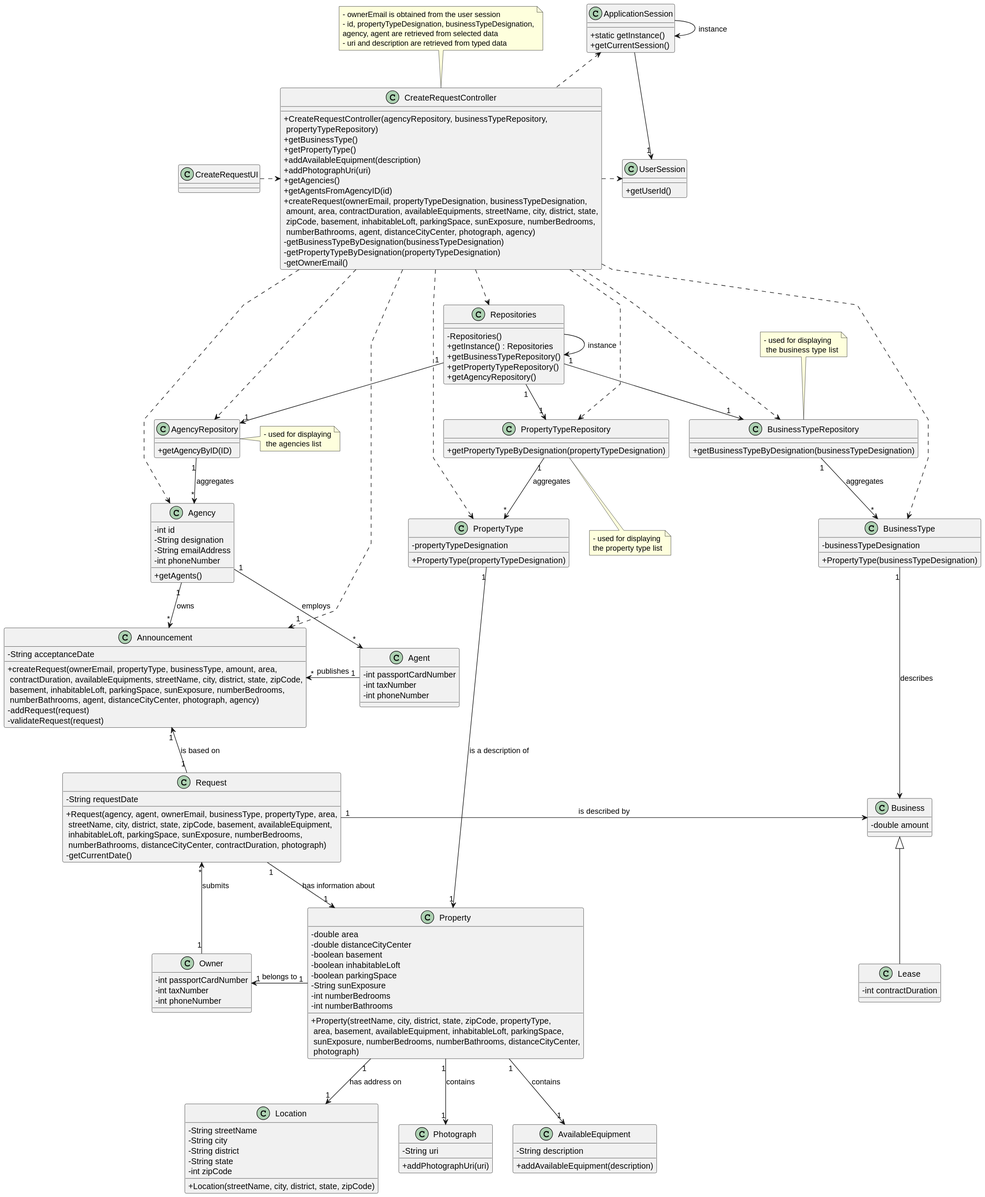
Earlier version of the PlantUML export docs/sprintB/us004/03.design/svg/us004-class-diagram.svg (rita-barbosa/LAPR2-2223). Source of this version:
```plantuml
@startuml
skinparam packageStyle rectangle
skinparam shadowing false
skinparam linetype polyline

skinparam classAttributeIconSize 0


class Owner {
    - int passportCardNumber
    - int taxNumber
    - int phoneNumber
}

class CreateRequestUI {}

class CreateRequestController {
    + CreateRequestController(agencyRepository, businessTypeRepository,\n propertyTypeRepository)
    + getBusinessType()
    + getPropertyType()
    + addAvailableEquipment(description)
    + addPhotographUri(uri)
    + getAgencies()
    + getAgentsFromAgencyID(id)
    + createRequest(ownerEmail, propertyTypeDesignation, businessTypeDesignation,\n amount, area, contractDuration, availableEquipments, streetName, city, district, state,\n zipCode, basement, inhabitableLoft, parkingSpace, sunExposure, numberBedrooms,\n numberBathrooms, agent, distanceCityCenter, photograph, agency)
    - getBusinessTypeByDesignation(businessTypeDesignation)
    - getPropertyTypeByDesignation(propertyTypeDesignation)
    - getOwnerEmail()
}

note top of CreateRequestController
    - ownerEmail is obtained from the user session
    - id, propertyTypeDesignation, businessTypeDesignation,
    agency, agent are retrieved from selected data
    - uri and description are retrieved from typed data
end note

class PropertyTypeRepository {
    + getPropertyTypeByDesignation(propertyTypeDesignation)
}

note bottom of PropertyTypeRepository
    - used for displaying
    the property type list
end note

class BusinessTypeRepository {
    + getBusinessTypeByDesignation(businessTypeDesignation)
}

note top of BusinessTypeRepository
    - used for displaying
     the business type list
end note

class PropertyType {
    - propertyTypeDesignation
    + PropertyType(propertyTypeDesignation)
}

class BusinessType {
    - businessTypeDesignation
    + PropertyType(businessTypeDesignation)
}

class AgencyRepository {
    + getAgencyByID(ID)
}
note right of AgencyRepository
    - used for displaying
     the agencies list
end note

class Agency {
    - int id
    - String designation
    - String emailAddress
    - int phoneNumber
    + getAgents()
}

class Agent {
    - int passportCardNumber
    - int taxNumber
    - int phoneNumber
}

class Repositories {
    - Repositories()
    + getInstance() : Repositories
    + getBusinessTypeRepository()
    + getPropertyTypeRepository()
    + getAgencyRepository()
}

class ApplicationSession
{
    + static getInstance()
    + getCurrentSession()
}

class UserSession
{
    + getUserId()
}

class Property {
    - double area
    - double distanceCityCenter
    - boolean basement
    - boolean inhabitableLoft
    - boolean parkingSpace
    - String sunExposure
    - int numberBedrooms
    - int numberBathrooms
    + Property(streetName, city, district, state, zipCode, propertyType,\n area, basement, availableEquipment, inhabitableLoft, parkingSpace,\n sunExposure, numberBedrooms, numberBathrooms, distanceCityCenter,\n photograph)
    }

class Location {
    - String streetName
    - String city
    - String district
    - String state
    - int zipCode
    + Location(streetName, city, district, state, zipCode)
}

class Photograph{
    - String uri
    + addPhotographUri(uri)
}

class AvailableEquipment{
    - String description
    + addAvailableEquipment(description)
}

class Request{
    - String requestDate
    + Request(agency, agent, ownerEmail, businessType, propertyType, area,\n streetName, city, district, state, zipCode, basement, availableEquipment,\n inhabitableLoft, parkingSpace, sunExposure, numberBedrooms,\n numberBathrooms, distanceCityCenter, contractDuration, photograph)
    - getCurrentDate()
}

class Announcement{
    - String acceptanceDate
    + createRequest(ownerEmail, propertyType, businessType, amount, area,\n contractDuration, availableEquipments, streetName, city, district, state, zipCode,\n basement, inhabitableLoft, parkingSpace, sunExposure, numberBedrooms,\n numberBathrooms, agent, distanceCityCenter, photograph, agency)
    - addRequest(request)
    - validateRequest(request)
}

class Business{
    - double amount
}

class Lease extends Business{
    - int contractDuration
}


Repositories -> Repositories : instance

ApplicationSession -> ApplicationSession : instance

ApplicationSession --> "1" UserSession

CreateRequestController .left.> ApplicationSession

CreateRequestController .> UserSession

CreateRequestUI .right> CreateRequestController

CreateRequestController ..> Repositories

Repositories "1" -down-> "1" PropertyTypeRepository

Repositories "1" -down-> "1" BusinessTypeRepository

Repositories "1" -down-> "1" AgencyRepository

CreateRequestController ..> PropertyTypeRepository

CreateRequestController ..> BusinessTypeRepository

CreateRequestController ..> AgencyRepository

CreateRequestController ..> Agency

CreateRequestController ..> PropertyType

CreateRequestController ..> BusinessType

BusinessTypeRepository "1" -down-> "*" BusinessType : aggregates

PropertyTypeRepository "1" -down-> "*" PropertyType : aggregates

Agency "1" -right-> "*" Agent : employs

Agent "1" -left-> "*" Announcement : publishes

Request "1" --> "1" Property : has information about

Property "1" --> "1" Location : has address on

AgencyRepository "1" -down-> "*" Agency : aggregates

Property "1" -left-> "1" Owner : belongs to

Owner "1" -up-> "*" Request : submits

Request "1" -up-> "1" Announcement : is based on

Agency "1" --> "*" Announcement : owns

Property "1" --> "1" Photograph : contains

Property "1" --> "1" AvailableEquipment : contains

CreateRequestController .> "1" Announcement

PropertyType "1" --> "1" Property : is a description of

BusinessType "1" --> Business : describes

Request "1" -right-> Business : is described by
@enduml
```
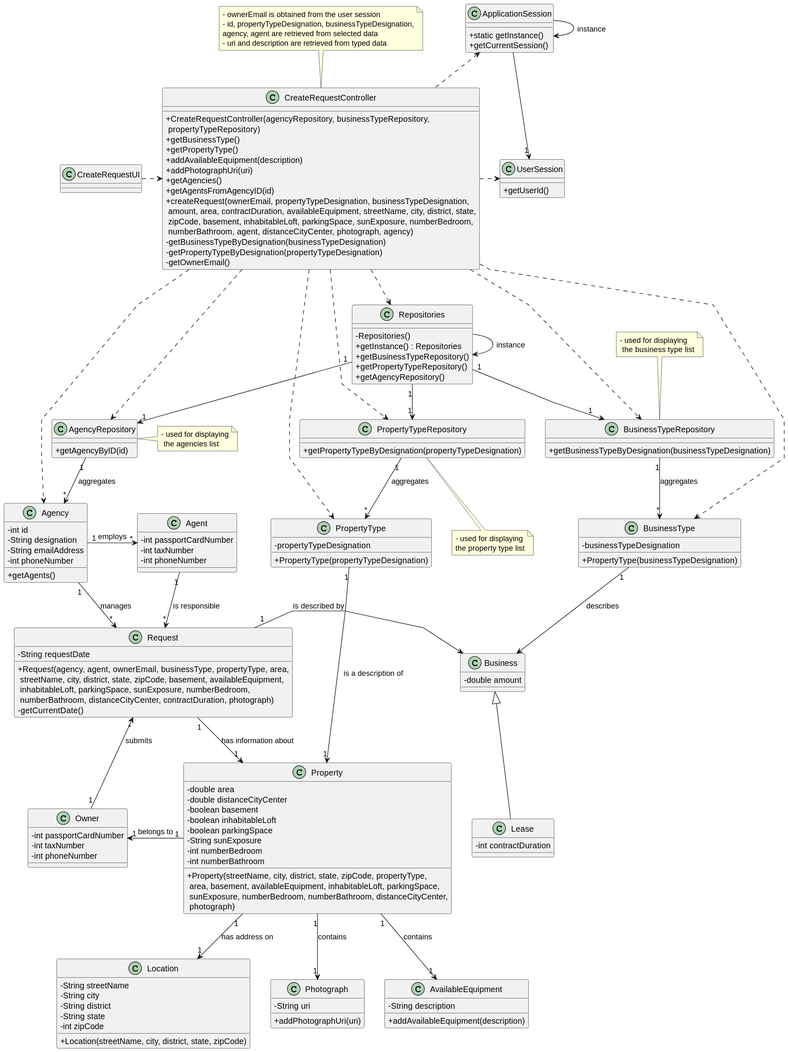
Later version of the same file.

Diff of the diagram source:
```diff
@@ -22,7 +22,7 @@
     + addPhotographUri(uri)
     + getAgencies()
     + getAgentsFromAgencyID(id)
-    + createRequest(ownerEmail, propertyTypeDesignation, businessTypeDesignation,\n amount, area, contractDuration, availableEquipments, streetName, city, district, state,\n zipCode, basement, inhabitableLoft, parkingSpace, sunExposure, numberBedrooms,\n numberBathrooms, agent, distanceCityCenter, photograph, agency)
+    + createRequest(ownerEmail, propertyTypeDesignation, businessTypeDesignation,\n amount, area, contractDuration, availableEquipment, streetName, city, district, state,\n zipCode, basement, inhabitableLoft, parkingSpace, sunExposure, numberBedroom,\n numberBathroom, agent, distanceCityCenter, photograph, agency)
     - getBusinessTypeByDesignation(businessTypeDesignation)
     - getPropertyTypeByDesignation(propertyTypeDesignation)
     - getOwnerEmail()
@@ -64,7 +64,7 @@
 }
 
 class AgencyRepository {
-    + getAgencyByID(ID)
+    + getAgencyByID(id)
 }
 note right of AgencyRepository
     - used for displaying
@@ -111,9 +111,9 @@
     - boolean inhabitableLoft
     - boolean parkingSpace
     - String sunExposure
-    - int numberBedrooms
-    - int numberBathrooms
-    + Property(streetName, city, district, state, zipCode, propertyType,\n area, basement, availableEquipment, inhabitableLoft, parkingSpace,\n sunExposure, numberBedrooms, numberBathrooms, distanceCityCenter,\n photograph)
+    - int numberBedroom
+    - int numberBathroom
+    + Property(streetName, city, district, state, zipCode, propertyType,\n area, basement, availableEquipment, inhabitableLoft, parkingSpace,\n sunExposure, numberBedroom, numberBathroom, distanceCityCenter,\n photograph)
     }
 
 class Location {
@@ -137,15 +137,8 @@
 
 class Request{
     - String requestDate
-    + Request(agency, agent, ownerEmail, businessType, propertyType, area,\n streetName, city, district, state, zipCode, basement, availableEquipment,\n inhabitableLoft, parkingSpace, sunExposure, numberBedrooms,\n numberBathrooms, distanceCityCenter, contractDuration, photograph)
+    + Request(agency, agent, ownerEmail, businessType, propertyType, area,\n streetName, city, district, state, zipCode, basement, availableEquipment,\n inhabitableLoft, parkingSpace, sunExposure, numberBedroom,\n numberBathroom, distanceCityCenter, contractDuration, photograph)
     - getCurrentDate()
-}
-
-class Announcement{
-    - String acceptanceDate
-    + createRequest(ownerEmail, propertyType, businessType, amount, area,\n contractDuration, availableEquipments, streetName, city, district, state, zipCode,\n basement, inhabitableLoft, parkingSpace, sunExposure, numberBedrooms,\n numberBathrooms, agent, distanceCityCenter, photograph, agency)
-    - addRequest(request)
-    - validateRequest(request)
 }
 
 class Business{
@@ -195,8 +188,6 @@
 
 Agency "1" -right-> "*" Agent : employs
 
-Agent "1" -left-> "*" Announcement : publishes
-
 Request "1" --> "1" Property : has information about
 
 Property "1" --> "1" Location : has address on
@@ -207,19 +198,17 @@
 
 Owner "1" -up-> "*" Request : submits
 
-Request "1" -up-> "1" Announcement : is based on
-
-Agency "1" --> "*" Announcement : owns
-
 Property "1" --> "1" Photograph : contains
 
 Property "1" --> "1" AvailableEquipment : contains
-
-CreateRequestController .> "1" Announcement
 
 PropertyType "1" --> "1" Property : is a description of
 
 BusinessType "1" --> Business : describes
 
 Request "1" -right-> Business : is described by
+
+Agency "1" --> "*" Request : manages
+
+Agent "1" --> "*" Request : is responsible
 @enduml
```
